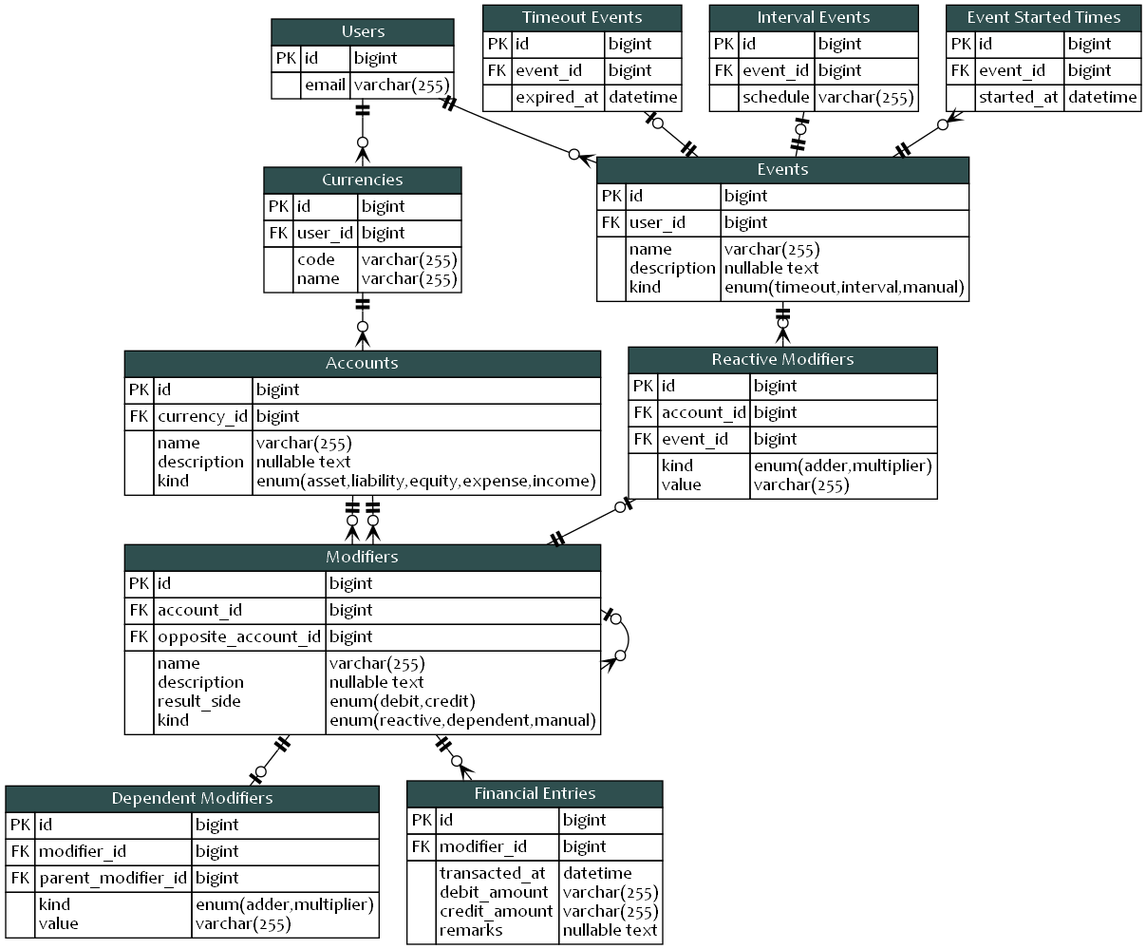
Before: blueprint/erd.png, a diagram exported from Graphviz (KennethTrecy/peratorakka_server). Its source is kept beside it as blueprint/erd.dot.
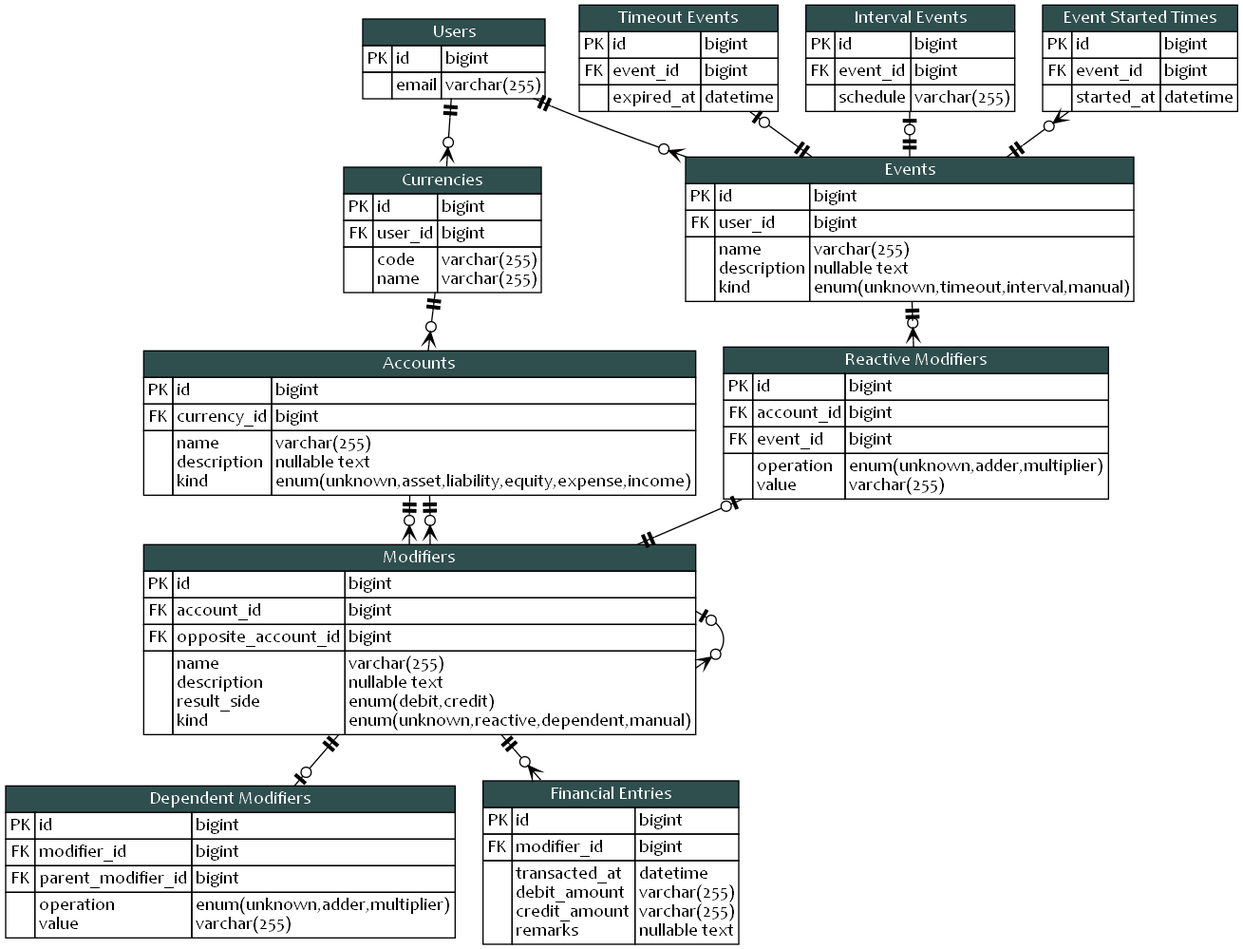
The same diagram one commit later.

Commit message:
docs(blueprint): apply unknown kind in ERD

What changed in the source:
```diff
@@ -97,7 +97,7 @@
 					<td align="left">
 						varchar(255)<br align="left"/>
 						nullable text<br align="left"/>
-						enum(asset,liability,equity,expense,income)<br align="left"/>
+						enum(unknown,asset,liability,equity,expense,income)<br align="left"/>
 					</td>
 				</tr>
 			</table>
@@ -133,7 +133,7 @@
 					<td align="left">
 						varchar(255)<br align="left"/>
 						nullable text<br align="left"/>
-						enum(timeout,interval,manual)<br align="left"/>
+						enum(unknown,timeout,interval,manual)<br align="left"/>
 					</td>
 				</tr>
 			</table>
@@ -272,7 +272,7 @@
 						varchar(255)<br align="left"/>
 						nullable text<br align="left"/>
 						enum(debit,credit)<br align="left"/>
-						enum(reactive,dependent,manual)<br align="left"/>
+						enum(unknown,reactive,dependent,manual)<br align="left"/>
 					</td>
 				</tr>
 			</table>
@@ -306,11 +306,11 @@
 				<tr>
 					<td></td>
 					<td align="left">
-						kind<br align="left"/>
+						operation<br align="left"/>
 						value<br align="left"/>
 					</td>
 					<td align="left">
-						enum(adder,multiplier)<br align="left"/>
+						enum(unknown,adder,multiplier)<br align="left"/>
 						varchar(255)<br align="left"/>
 					</td>
 				</tr>
@@ -345,11 +345,11 @@
 				<tr>
 					<td></td>
 					<td align="left">
-						kind<br align="left"/>
+						operation<br align="left"/>
 						value<br align="left"/>
 					</td>
 					<td align="left">
-						enum(adder,multiplier)<br align="left"/>
+						enum(unknown,adder,multiplier)<br align="left"/>
 						varchar(255)<br align="left"/>
 					</td>
 				</tr>
```
